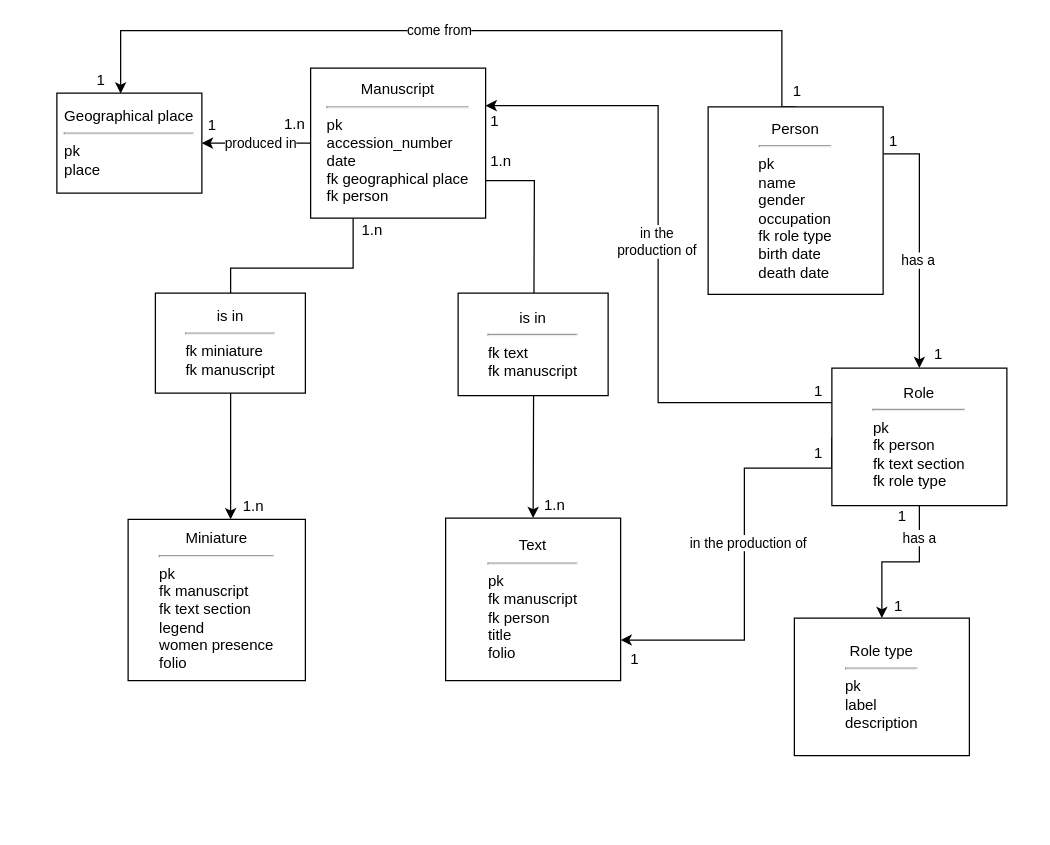
Above: Diagramme_manuscrits_enlluminés.drawio in ellieiri/enluminures_arthuriennes (draw.io), before the change. Source tidied: cells renumbered, new cells numbered last; positions are measured from the earlier drawing's top-left corner, leaving out a move shared by most shapes. Both pictures are drawn from the tidied source at 125%, with x=0, y=0 at pixel (56, 30).
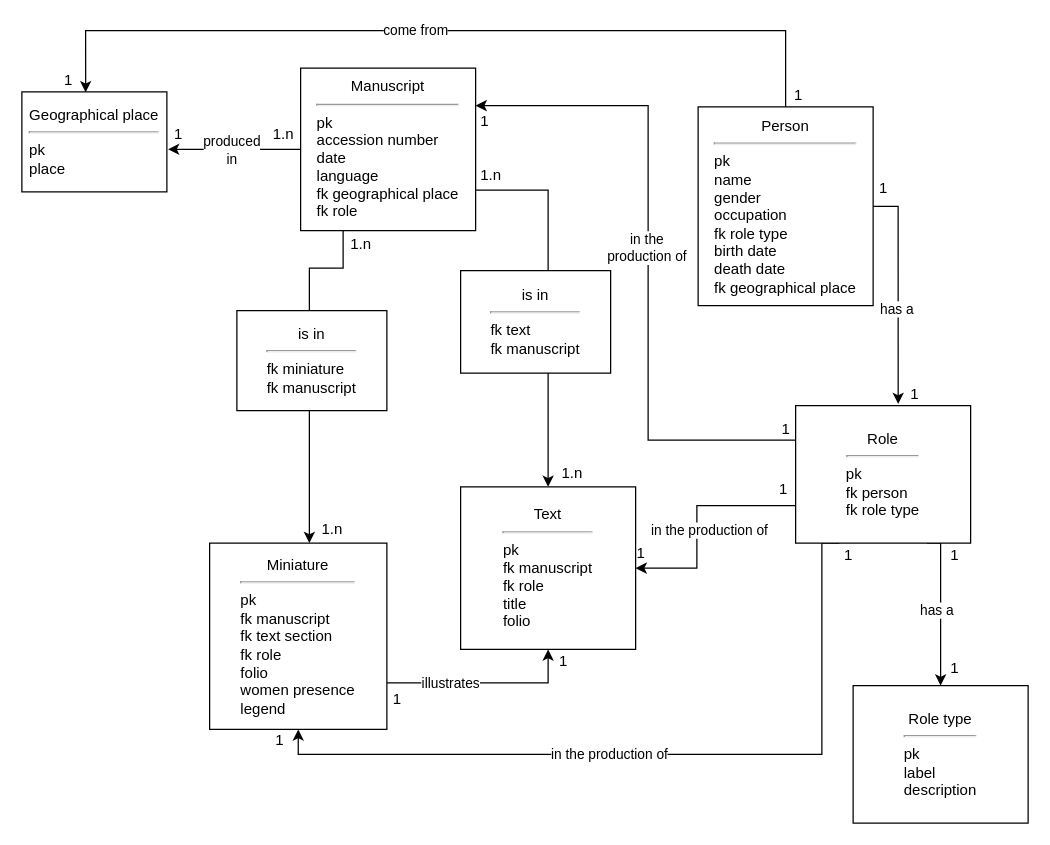
The same diagram, later.

Commit message:
Mettre à jour Diagramme_manuscrits_enlluminés.drawio

Diff of the diagram source:
```diff
@@
     <mxCell id="2" style="edgeStyle=orthogonalEdgeStyle;rounded=0;jettySize=auto;html=1;" parent="1" edge="1" source="6" target="14">
       <mxGeometry relative="1" as="geometry">
         <Array as="points">
-          <mxPoint x="237" y="190" />
-          <mxPoint x="139" y="190" />
+          <mxPoint x="229" y="190" />
+          <mxPoint x="202" y="190" />
         </Array>
       </mxGeometry>
     </mxCell>
-    <mxCell id="3" style="edgeStyle=orthogonalEdgeStyle;rounded=0;jettySize=auto;html=1;entryX=0.5;entryY=0;entryDx=0;entryDy=0;" parent="1" edge="1" source="6" target="15">
-      <mxGeometry relative="1" as="geometry">
-        <Array as="points">
-          <mxPoint x="382" y="120" />
-          <mxPoint x="382" y="390" />
-        </Array>
-      </mxGeometry>
+    <mxCell id="3" style="edgeStyle=orthogonalEdgeStyle;rounded=0;jettySize=auto;html=1;exitX=1;exitY=0.75;exitDx=0;exitDy=0;" parent="1" edge="1" source="6" target="15">
+      <mxGeometry relative="1" as="geometry" />
     </mxCell>
-    <mxCell id="4" style="edgeStyle=orthogonalEdgeStyle;rounded=0;jettySize=auto;html=1;exitX=0;exitY=0.5;exitDx=0;exitDy=0;entryX=1;entryY=0.5;entryDx=0;entryDy=0;" parent="1" edge="1" source="6" target="16">
+    <mxCell id="4" style="edgeStyle=orthogonalEdgeStyle;rounded=0;jettySize=auto;html=1;entryX=1.008;entryY=0.574;entryDx=0;entryDy=0;entryPerimeter=0;" parent="1" edge="1" source="6" target="16">
       <mxGeometry relative="1" as="geometry" />
     </mxCell>
-    <mxCell id="5" value="produced in" style="edgeLabel;html=1;align=center;verticalAlign=middle;" parent="4" vertex="1">
-      <mxGeometry x="0.03" y="2" relative="1" as="geometry">
-        <mxPoint x="4" y="-3" as="offset" />
+    <mxCell id="5" value="&lt;div&gt;produced&lt;/div&gt;&lt;div&gt;in&lt;br&gt;&lt;/div&gt;" style="edgeLabel;html=1;align=center;verticalAlign=middle;" parent="4" vertex="1">
+      <mxGeometry x="0.05" y="2" relative="1" as="geometry">
+        <mxPoint y="-1" as="offset" />
       </mxGeometry>
     </mxCell>
-    <mxCell id="6" value="&lt;div&gt;Manuscript&lt;/div&gt;&lt;div&gt;&lt;hr&gt;&lt;/div&gt;&lt;div align=&quot;left&quot;&gt;pk&lt;/div&gt;&lt;div align=&quot;left&quot;&gt;accession_number&lt;/div&gt;&lt;div align=&quot;left&quot;&gt;date&lt;/div&gt;&lt;div align=&quot;left&quot;&gt;fk geographical place&lt;/div&gt;&lt;div align=&quot;left&quot;&gt;fk person&lt;br&gt;&lt;/div&gt;" style="rounded=0;whiteSpace=wrap;html=1;" parent="1" vertex="1">
-      <mxGeometry x="203" y="30" width="140" height="120" as="geometry" />
+    <mxCell id="6" value="&lt;div&gt;Manuscript&lt;/div&gt;&lt;div&gt;&lt;hr&gt;&lt;/div&gt;&lt;div align=&quot;left&quot;&gt;pk&lt;/div&gt;&lt;div align=&quot;left&quot;&gt;accession number&lt;/div&gt;&lt;div align=&quot;left&quot;&gt;date&lt;/div&gt;&lt;div align=&quot;left&quot;&gt;language&lt;br&gt;&lt;/div&gt;&lt;div align=&quot;left&quot;&gt;fk geographical place&lt;/div&gt;&lt;div align=&quot;left&quot;&gt;fk role&lt;br&gt;&lt;/div&gt;" style="rounded=0;whiteSpace=wrap;html=1;" parent="1" vertex="1">
+      <mxGeometry x="195" y="30" width="140" height="130" as="geometry" />
     </mxCell>
-    <mxCell id="7" style="edgeStyle=orthogonalEdgeStyle;rounded=0;jettySize=auto;html=1;exitX=0;exitY=0.5;exitDx=0;exitDy=0;entryX=1;entryY=0.75;entryDx=0;entryDy=0;" parent="1" edge="1" source="13" target="15">
-      <mxGeometry relative="1" as="geometry">
-        <Array as="points">
-          <mxPoint x="620" y="350" />
-          <mxPoint x="550" y="350" />
-          <mxPoint x="550" y="487" />
-        </Array>
-      </mxGeometry>
-    </mxCell>
-    <mxCell id="8" value="in the production of" style="edgeLabel;html=1;align=center;verticalAlign=middle;" parent="7" vertex="1">
-      <mxGeometry x="-0.07" y="2" relative="1" as="geometry" />
-    </mxCell>
-    <mxCell id="9" style="edgeStyle=orthogonalEdgeStyle;rounded=0;jettySize=auto;html=1;exitX=0.5;exitY=1;exitDx=0;exitDy=0;entryX=0.5;entryY=0;entryDx=0;entryDy=0;" parent="1" edge="1" source="13" target="25">
-      <mxGeometry relative="1" as="geometry" />
+    <mxCell id="9" style="edgeStyle=orthogonalEdgeStyle;rounded=0;jettySize=auto;html=1;exitX=0.75;exitY=1;exitDx=0;exitDy=0;entryX=0.5;entryY=0;entryDx=0;entryDy=0;" parent="1" edge="1" source="13" target="25">
+      <mxGeometry relative="1" as="geometry">
+        <Array as="points">
+          <mxPoint x="707" y="410" />
+        </Array>
+      </mxGeometry>
     </mxCell>
     <mxCell id="10" value="has a" style="edgeLabel;html=1;align=center;verticalAlign=middle;" parent="9" vertex="1">
       <mxGeometry x="-0.59" y="3" relative="1" as="geometry">
-        <mxPoint x="-4" as="offset" />
+        <mxPoint x="-7" y="38" as="offset" />
       </mxGeometry>
     </mxCell>
-    <mxCell id="11" style="edgeStyle=orthogonalEdgeStyle;rounded=0;jettySize=auto;html=1;exitX=0;exitY=0.25;exitDx=0;exitDy=0;entryX=1;entryY=0.25;entryDx=0;entryDy=0;" parent="1" edge="1" source="13" target="6">
+    <mxCell id="11" style="edgeStyle=orthogonalEdgeStyle;rounded=0;jettySize=auto;html=1;exitX=0;exitY=0.25;exitDx=0;exitDy=0;" parent="1" edge="1" source="13" target="6">
       <mxGeometry relative="1" as="geometry">
         <Array as="points">
-          <mxPoint x="481" y="297" />
-          <mxPoint x="481" y="60" />
+          <mxPoint x="473" y="328" />
+          <mxPoint x="473" y="60" />
         </Array>
       </mxGeometry>
     </mxCell>
@@
+    <mxCell id="41" style="edgeStyle=orthogonalEdgeStyle;rounded=0;jettySize=auto;html=1;exitX=0.25;exitY=1;exitDx=0;exitDy=0;entryX=0.5;entryY=1;entryDx=0;entryDy=0;" parent="1" edge="1" source="13" target="14">
+      <mxGeometry relative="1" as="geometry">
+        <Array as="points">
+          <mxPoint x="612" y="410" />
+          <mxPoint x="612" y="579" />
+          <mxPoint x="193" y="579" />
+        </Array>
+      </mxGeometry>
+    </mxCell>
+    <mxCell id="8" value="in the production of" style="edgeLabel;html=1;align=center;verticalAlign=middle;" parent="41" vertex="1">
+      <mxGeometry x="0.14" y="-1" relative="1" as="geometry" />
+    </mxCell>
+    <mxCell id="42" value="in the production of" style="edgeStyle=orthogonalEdgeStyle;rounded=0;orthogonalLoop=1;jettySize=auto;html=1;exitX=0.01;exitY=0.702;exitDx=0;exitDy=0;exitPerimeter=0;" parent="1" edge="1">
+      <mxGeometry x="0.13" y="10" relative="1" as="geometry">
+        <mxPoint x="592.4" y="378.2" as="sourcePoint" />
+        <mxPoint x="463" y="430" as="targetPoint" />
+        <Array as="points">
+          <mxPoint x="592" y="380" />
+          <mxPoint x="512" y="380" />
+          <mxPoint x="512" y="430" />
+        </Array>
+      </mxGeometry>
+    </mxCell>
-    <mxCell id="13" value="&lt;div&gt;Role&lt;br&gt;&lt;/div&gt;&lt;div&gt;&lt;hr&gt;&lt;/div&gt;&lt;div align=&quot;left&quot;&gt;pk&lt;/div&gt;&lt;div align=&quot;left&quot;&gt;fk person&lt;/div&gt;&lt;div align=&quot;left&quot;&gt;fk text section&lt;/div&gt;&lt;div align=&quot;left&quot;&gt;fk role type&lt;br&gt;&lt;/div&gt;" style="rounded=0;whiteSpace=wrap;html=1;" parent="1" vertex="1">
-      <mxGeometry x="620" y="270" width="140" height="110" as="geometry" />
+    <mxCell id="13" value="&lt;div&gt;Role&lt;br&gt;&lt;/div&gt;&lt;div&gt;&lt;hr&gt;&lt;/div&gt;&lt;div align=&quot;left&quot;&gt;pk&lt;/div&gt;&lt;div align=&quot;left&quot;&gt;fk person&lt;/div&gt;&lt;div align=&quot;left&quot;&gt;fk role type&lt;br&gt;&lt;/div&gt;" style="rounded=0;whiteSpace=wrap;html=1;" parent="1" vertex="1">
+      <mxGeometry x="591" y="300" width="140" height="110" as="geometry" />
     </mxCell>
+    <mxCell id="43" style="edgeStyle=orthogonalEdgeStyle;rounded=0;jettySize=auto;html=1;exitX=1;exitY=0.75;exitDx=0;exitDy=0;entryX=0.5;entryY=1;entryDx=0;entryDy=0;" parent="1" edge="1" source="14" target="15">
+      <mxGeometry relative="1" as="geometry" />
+    </mxCell>
+    <mxCell id="44" value="illustrates" style="edgeLabel;html=1;align=center;verticalAlign=middle;" parent="43" vertex="1">
+      <mxGeometry x="-0.34" y="-3" relative="1" as="geometry">
+        <mxPoint y="-3" as="offset" />
+      </mxGeometry>
+    </mxCell>
-    <mxCell id="14" value="&lt;div&gt;Miniature&lt;br&gt;&lt;/div&gt;&lt;div&gt;&lt;hr&gt;&lt;/div&gt;&lt;div align=&quot;left&quot;&gt;pk&lt;/div&gt;&lt;div align=&quot;left&quot;&gt;fk manuscript&lt;/div&gt;&lt;div align=&quot;left&quot;&gt;fk text section&lt;br&gt;&lt;/div&gt;&lt;div align=&quot;left&quot;&gt;legend&lt;/div&gt;&lt;div align=&quot;left&quot;&gt;women presence&lt;/div&gt;&lt;div align=&quot;left&quot;&gt;folio&lt;br&gt;&lt;/div&gt;" style="rounded=0;whiteSpace=wrap;html=1;" parent="1" vertex="1">
-      <mxGeometry x="57" y="391" width="141.8" height="129" as="geometry" />
+    <mxCell id="14" value="&lt;div&gt;Miniature&lt;br&gt;&lt;/div&gt;&lt;div&gt;&lt;hr&gt;&lt;/div&gt;&lt;div align=&quot;left&quot;&gt;pk&lt;/div&gt;&lt;div align=&quot;left&quot;&gt;fk manuscript&lt;/div&gt;&lt;div align=&quot;left&quot;&gt;fk text section&lt;/div&gt;&lt;div align=&quot;left&quot;&gt;fk role&lt;br&gt;&lt;/div&gt;&lt;div align=&quot;left&quot;&gt;folio&lt;br&gt;&lt;/div&gt;&lt;div align=&quot;left&quot;&gt;women presence&lt;/div&gt;&lt;div align=&quot;left&quot;&gt;legend&lt;br&gt;&lt;/div&gt;" style="rounded=0;whiteSpace=wrap;html=1;" parent="1" vertex="1">
+      <mxGeometry x="122.2" y="410" width="141.8" height="149" as="geometry" />
     </mxCell>
-    <mxCell id="15" value="&lt;div align=&quot;center&quot;&gt;Text&lt;/div&gt;&lt;div align=&quot;center&quot;&gt;&lt;hr&gt;&lt;/div&gt;&lt;div align=&quot;left&quot;&gt;pk&lt;/div&gt;&lt;div align=&quot;left&quot;&gt;fk manuscript&lt;br&gt;&lt;/div&gt;&lt;div align=&quot;left&quot;&gt;fk person&lt;br&gt;&lt;/div&gt;&lt;div align=&quot;left&quot;&gt;title&lt;/div&gt;&lt;div align=&quot;left&quot;&gt;folio&lt;/div&gt;" style="rounded=0;whiteSpace=wrap;html=1;align=center;" parent="1" vertex="1">
-      <mxGeometry x="311" y="390" width="140" height="130" as="geometry" />
+    <mxCell id="15" value="&lt;div align=&quot;center&quot;&gt;Text&lt;/div&gt;&lt;div align=&quot;center&quot;&gt;&lt;hr&gt;&lt;/div&gt;&lt;div align=&quot;left&quot;&gt;pk&lt;/div&gt;&lt;div align=&quot;left&quot;&gt;fk manuscript&lt;br&gt;&lt;/div&gt;&lt;div align=&quot;left&quot;&gt;fk role&lt;br&gt;&lt;/div&gt;&lt;div align=&quot;left&quot;&gt;title&lt;/div&gt;&lt;div align=&quot;left&quot;&gt;folio&lt;/div&gt;" style="rounded=0;whiteSpace=wrap;html=1;align=center;" parent="1" vertex="1">
+      <mxGeometry x="323" y="365" width="140" height="130" as="geometry" />
     </mxCell>
     <mxCell id="16" value="&lt;div&gt;Geographical place&lt;br&gt;&lt;/div&gt;&lt;div&gt;&lt;hr&gt;&lt;/div&gt;&lt;div align=&quot;left&quot;&gt;pk&lt;/div&gt;&lt;div align=&quot;left&quot;&gt;place&lt;br&gt;&lt;/div&gt;" style="rounded=0;whiteSpace=wrap;html=1;" parent="1" vertex="1">
-      <mxGeometry y="50" width="116" height="80" as="geometry" />
+      <mxGeometry x="-28" y="49" width="116" height="80" as="geometry" />
     </mxCell>
-    <mxCell id="17" style="edgeStyle=orthogonalEdgeStyle;rounded=0;jettySize=auto;html=1;exitX=1;exitY=0.25;exitDx=0;exitDy=0;entryX=0.5;entryY=0;entryDx=0;entryDy=0;" parent="1" edge="1" source="28" target="13">
+    <mxCell id="17" style="edgeStyle=orthogonalEdgeStyle;rounded=0;jettySize=auto;html=1;exitX=1;exitY=0.5;exitDx=0;exitDy=0;entryX=0.586;entryY=-0.012;entryDx=0;entryDy=0;entryPerimeter=0;" parent="1" edge="1" source="28" target="13">
       <mxGeometry relative="1" as="geometry" />
     </mxCell>
@@
     <mxCell id="19" value="&lt;div&gt;is in&lt;br&gt;&lt;/div&gt;&lt;div&gt;&lt;hr&gt;&lt;/div&gt;&lt;div align=&quot;left&quot;&gt;fk miniature&lt;br&gt;&lt;/div&gt;&lt;div align=&quot;left&quot;&gt;fk manuscript&lt;br&gt;&lt;/div&gt;" style="rounded=0;whiteSpace=wrap;html=1;" parent="1" vertex="1">
-      <mxGeometry x="78.8" y="210" width="120" height="80" as="geometry" />
+      <mxGeometry x="144" y="224" width="120" height="80" as="geometry" />
     </mxCell>
     <mxCell id="20" value="&lt;div&gt;is in&lt;br&gt;&lt;/div&gt;&lt;div&gt;&lt;hr&gt;&lt;/div&gt;&lt;div align=&quot;left&quot;&gt;fk text&lt;/div&gt;&lt;div align=&quot;left&quot;&gt;fk manuscript&lt;br&gt;&lt;/div&gt;" style="rounded=0;whiteSpace=wrap;html=1;" parent="1" vertex="1">
-      <mxGeometry x="321" y="210" width="120" height="82" as="geometry" />
+      <mxGeometry x="323" y="192" width="120" height="82" as="geometry" />
     </mxCell>
     <mxCell id="21" value="1.n" style="text;html=1;align=center;verticalAlign=middle;strokeColor=none;fillColor=none;" parent="1" vertex="1">
-      <mxGeometry x="137" y="366" width="40" height="30" as="geometry" />
+      <mxGeometry x="200" y="384" width="40" height="30" as="geometry" />
     </mxCell>
     <mxCell id="22" value="1.n" style="text;html=1;align=center;verticalAlign=middle;strokeColor=none;fillColor=none;" parent="1" vertex="1">
-      <mxGeometry x="232" y="145" width="40" height="30" as="geometry" />
+      <mxGeometry x="223" y="156" width="40" height="30" as="geometry" />
     </mxCell>
     <mxCell id="23" value="1.n" style="text;html=1;align=center;verticalAlign=middle;strokeColor=none;fillColor=none;" parent="1" vertex="1">
-      <mxGeometry x="335" y="90" width="40" height="30" as="geometry" />
+      <mxGeometry x="327" y="101" width="40" height="30" as="geometry" />
     </mxCell>
     <mxCell id="24" value="1.n" style="text;html=1;align=center;verticalAlign=middle;strokeColor=none;fillColor=none;" parent="1" vertex="1">
-      <mxGeometry x="378" y="365" width="40" height="30" as="geometry" />
+      <mxGeometry x="392" y="339" width="40" height="30" as="geometry" />
     </mxCell>
     <mxCell id="25" value="&lt;div&gt;Role type&lt;br&gt;&lt;/div&gt;&lt;div&gt;&lt;hr&gt;&lt;/div&gt;&lt;div align=&quot;left&quot;&gt;pk&lt;br&gt;&lt;/div&gt;&lt;div align=&quot;left&quot;&gt;label&lt;/div&gt;&lt;div align=&quot;left&quot;&gt;description&lt;br&gt;&lt;/div&gt;" style="rounded=0;whiteSpace=wrap;html=1;" parent="1" vertex="1">
-      <mxGeometry x="590" y="470" width="140" height="110" as="geometry" />
+      <mxGeometry x="637" y="524" width="140" height="110" as="geometry" />
     </mxCell>
     <mxCell id="26" style="edgeStyle=orthogonalEdgeStyle;rounded=0;jettySize=auto;html=1;exitX=0.5;exitY=0;exitDx=0;exitDy=0;entryX=0.44;entryY=0.005;entryDx=0;entryDy=0;entryPerimeter=0;" parent="1" edge="1" source="28" target="16">
       <mxGeometry relative="1" as="geometry">
         <Array as="points">
-          <mxPoint x="580" />
-          <mxPoint x="51" />
+          <mxPoint x="572" />
+          <mxPoint x="43" />
         </Array>
       </mxGeometry>
     </mxCell>
@@
-    <mxCell id="28" value="&lt;div align=&quot;center&quot;&gt;Person&lt;br&gt;&lt;/div&gt;&lt;div align=&quot;center&quot;&gt;&lt;hr&gt;&lt;/div&gt;&lt;div align=&quot;left&quot;&gt;pk&lt;/div&gt;&lt;div align=&quot;left&quot;&gt;name&lt;/div&gt;&lt;div align=&quot;left&quot;&gt;gender&lt;/div&gt;&lt;div align=&quot;left&quot;&gt;occupation&lt;/div&gt;&lt;div align=&quot;left&quot;&gt;fk role type&lt;/div&gt;&lt;div align=&quot;left&quot;&gt;birth date&lt;/div&gt;&lt;div align=&quot;left&quot;&gt;death date&lt;br&gt;&lt;/div&gt;" style="rounded=0;whiteSpace=wrap;html=1;align=center;" parent="1" vertex="1">
-      <mxGeometry x="521" y="61" width="140" height="150" as="geometry" />
+    <mxCell id="28" value="&lt;div align=&quot;center&quot;&gt;Person&lt;br&gt;&lt;/div&gt;&lt;div align=&quot;center&quot;&gt;&lt;hr&gt;&lt;/div&gt;&lt;div align=&quot;left&quot;&gt;pk&lt;/div&gt;&lt;div align=&quot;left&quot;&gt;name&lt;/div&gt;&lt;div align=&quot;left&quot;&gt;gender&lt;/div&gt;&lt;div align=&quot;left&quot;&gt;occupation&lt;/div&gt;&lt;div align=&quot;left&quot;&gt;fk role type&lt;/div&gt;&lt;div align=&quot;left&quot;&gt;birth date&lt;/div&gt;&lt;div align=&quot;left&quot;&gt;death date&lt;br&gt;&lt;/div&gt;&lt;div&gt;fk geographical place&lt;br&gt;&lt;/div&gt;" style="rounded=0;whiteSpace=wrap;html=1;align=center;" parent="1" vertex="1">
+      <mxGeometry x="513" y="61" width="140" height="159" as="geometry" />
     </mxCell>
     <mxCell id="29" value="1" style="text;html=1;align=center;verticalAlign=middle;strokeColor=none;fillColor=none;" parent="1" vertex="1">
-      <mxGeometry x="594" y="323" width="30" height="30" as="geometry" />
+      <mxGeometry x="566" y="352" width="30" height="30" as="geometry" />
     </mxCell>
     <mxCell id="30" value="1" style="text;html=1;align=center;verticalAlign=middle;strokeColor=none;fillColor=none;" parent="1" vertex="1">
-      <mxGeometry x="447" y="488" width="30" height="30" as="geometry" />
+      <mxGeometry x="452" y="403" width="30" height="30" as="geometry" />
     </mxCell>
     <mxCell id="31" value="1" style="text;html=1;align=center;verticalAlign=middle;strokeColor=none;fillColor=none;" parent="1" vertex="1">
-      <mxGeometry x="658" y="446" width="30" height="30" as="geometry" />
+      <mxGeometry x="703" y="495" width="30" height="30" as="geometry" />
     </mxCell>
     <mxCell id="32" value="1" style="text;html=1;align=center;verticalAlign=middle;strokeColor=none;fillColor=none;" parent="1" vertex="1">
-      <mxGeometry x="661" y="374" width="30" height="30" as="geometry" />
+      <mxGeometry x="703" y="405" width="30" height="30" as="geometry" />
     </mxCell>
     <mxCell id="33" value="1.n" style="text;html=1;align=center;verticalAlign=middle;strokeColor=none;fillColor=none;" parent="1" vertex="1">
-      <mxGeometry x="170" y="60" width="40" height="30" as="geometry" />
+      <mxGeometry x="161" y="68" width="40" height="30" as="geometry" />
     </mxCell>
     <mxCell id="34" value="1" style="text;html=1;align=center;verticalAlign=middle;strokeColor=none;fillColor=none;" parent="1" vertex="1">
-      <mxGeometry x="108.9" y="61" width="30" height="30" as="geometry" />
+      <mxGeometry x="82.2" y="68" width="30" height="30" as="geometry" />
     </mxCell>
     <mxCell id="35" value="1" style="text;html=1;align=center;verticalAlign=middle;strokeColor=none;fillColor=none;" parent="1" vertex="1">
-      <mxGeometry x="20" y="25" width="30" height="30" as="geometry" />
+      <mxGeometry x="-6" y="25" width="30" height="30" as="geometry" />
     </mxCell>
     <mxCell id="36" value="1" style="text;html=1;align=center;verticalAlign=middle;strokeColor=none;fillColor=none;" parent="1" vertex="1">
-      <mxGeometry x="577" y="34" width="30" height="30" as="geometry" />
+      <mxGeometry x="578" y="37" width="30" height="30" as="geometry" />
     </mxCell>
     <mxCell id="37" value="1" style="text;html=1;align=center;verticalAlign=middle;strokeColor=none;fillColor=none;" parent="1" vertex="1">
-      <mxGeometry x="654" y="74" width="30" height="30" as="geometry" />
+      <mxGeometry x="646" y="111" width="30" height="30" as="geometry" />
     </mxCell>
     <mxCell id="38" value="1" style="text;html=1;align=center;verticalAlign=middle;strokeColor=none;fillColor=none;" parent="1" vertex="1">
-      <mxGeometry x="690" y="244" width="30" height="30" as="geometry" />
+      <mxGeometry x="671" y="276" width="30" height="30" as="geometry" />
     </mxCell>
     <mxCell id="39" value="1" style="text;html=1;align=center;verticalAlign=middle;strokeColor=none;fillColor=none;" parent="1" vertex="1">
-      <mxGeometry x="594" y="274" width="30" height="30" as="geometry" />
+      <mxGeometry x="568" y="304" width="30" height="30" as="geometry" />
     </mxCell>
     <mxCell id="40" value="1" style="text;html=1;align=center;verticalAlign=middle;strokeColor=none;fillColor=none;" parent="1" vertex="1">
-      <mxGeometry x="335" y="58" width="30" height="30" as="geometry" />
+      <mxGeometry x="327" y="58" width="30" height="30" as="geometry" />
     </mxCell>
+    <mxCell id="45" value="1" style="text;html=1;align=center;verticalAlign=middle;strokeColor=none;fillColor=none;" parent="1" vertex="1">
+      <mxGeometry x="163" y="553" width="30" height="30" as="geometry" />
+    </mxCell>
+    <mxCell id="46" value="1" style="text;html=1;align=center;verticalAlign=middle;strokeColor=none;fillColor=none;" parent="1" vertex="1">
+      <mxGeometry x="618" y="405" width="30" height="30" as="geometry" />
+    </mxCell>
+    <mxCell id="47" value="1" style="text;html=1;align=center;verticalAlign=middle;strokeColor=none;fillColor=none;" parent="1" vertex="1">
+      <mxGeometry x="257" y="520" width="30" height="30" as="geometry" />
+    </mxCell>
+    <mxCell id="48" value="1" style="text;html=1;align=center;verticalAlign=middle;strokeColor=none;fillColor=none;" parent="1" vertex="1">
+      <mxGeometry x="390" y="489.5" width="30" height="30" as="geometry" />
+    </mxCell>
```
